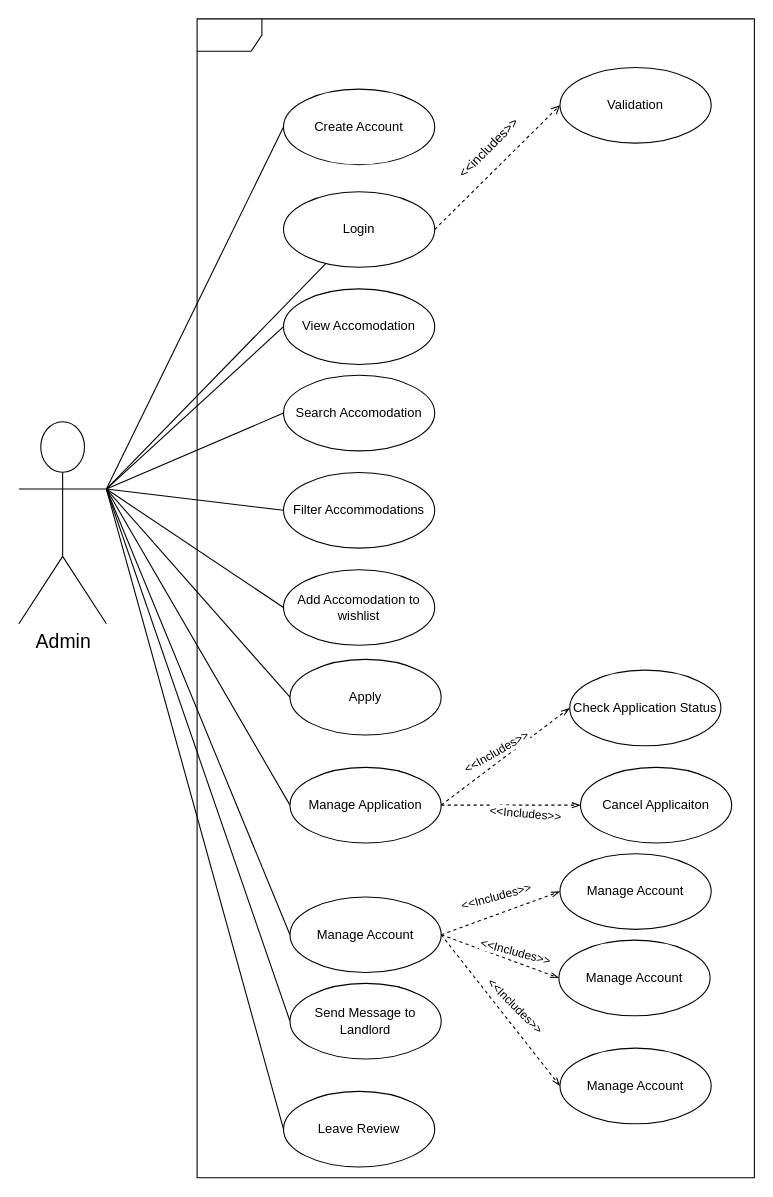
Before: StudentUseCase.drawio in SETHU60/cput_accomodation_application, a draw.io diagram. Source tidied: cells renumbered, new cells numbered last; positions are measured from the earlier drawing's top-left corner, leaving out a move shared by most shapes. Both pictures are drawn from the tidied source at 108%, with x=0, y=0 at pixel (18, 18).
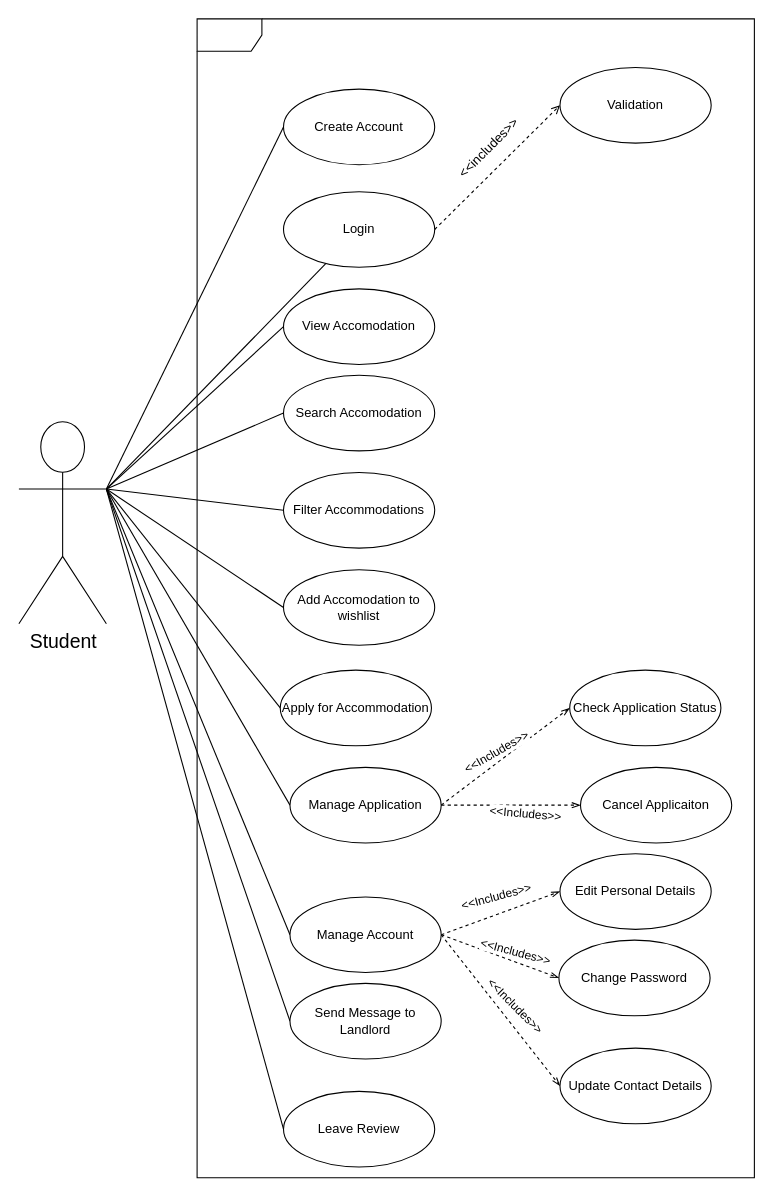
The same page after the edit.

Diff of the diagram source:
```diff
@@
-    <mxCell id="12" value="&lt;font style=&quot;font-size: 18px;&quot;&gt;Admin&lt;/font&gt;" style="shape=umlActor;verticalLabelPosition=bottom;verticalAlign=top;html=1;" parent="1" vertex="1">
+    <mxCell id="12" value="&lt;font style=&quot;font-size: 18px;&quot;&gt;Student&lt;/font&gt;" style="shape=umlActor;verticalLabelPosition=bottom;verticalAlign=top;html=1;" parent="1" vertex="1">
       <mxGeometry y="373" width="81" height="187" as="geometry" />
     </mxCell>
@@
-    <mxCell id="27" value="Apply" style="ellipse;whiteSpace=wrap;html=1;" parent="1" vertex="1">
-      <mxGeometry x="251" y="593" width="140" height="70" as="geometry" />
+    <mxCell id="27" value="Apply for Accommodation" style="ellipse;whiteSpace=wrap;html=1;" parent="1" vertex="1">
+      <mxGeometry x="242" y="603" width="140" height="70" as="geometry" />
     </mxCell>
@@
-    <mxCell id="37" value="Manage Account" style="ellipse;whiteSpace=wrap;html=1;" parent="1" vertex="1">
+    <mxCell id="37" value="Edit Personal Details" style="ellipse;whiteSpace=wrap;html=1;" parent="1" vertex="1">
       <mxGeometry x="501" y="773" width="140" height="70" as="geometry" />
     </mxCell>
-    <mxCell id="38" value="Manage Account" style="ellipse;whiteSpace=wrap;html=1;" parent="1" vertex="1">
+    <mxCell id="38" value="Change Password" style="ellipse;whiteSpace=wrap;html=1;" parent="1" vertex="1">
       <mxGeometry x="500" y="853" width="140" height="70" as="geometry" />
     </mxCell>
-    <mxCell id="39" value="Manage Account" style="ellipse;whiteSpace=wrap;html=1;" parent="1" vertex="1">
+    <mxCell id="39" value="Update Contact Details" style="ellipse;whiteSpace=wrap;html=1;" parent="1" vertex="1">
       <mxGeometry x="501" y="953" width="140" height="70" as="geometry" />
     </mxCell>
```
